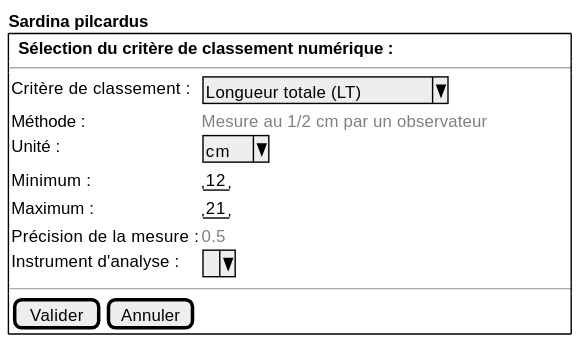
Earlier version of the PlantUML export projects/common/spe/images/numerical-classification.svg (sumaris-net/sumaris-doc).
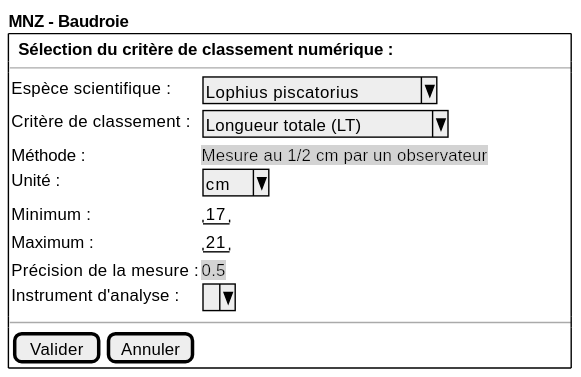
The same file after the commit.

What changed in the source:
```diff
@@ -1,23 +1,24 @@
 @startsalt
 {
-    **Sardina pilcardus**
+    **MNZ - Baudroie**
 
   {+
     { | . |  <b>Sélection du critère de classement numérique :  | . | . | . | . | . | . | . | . | . |. |. |. |. |. |. |. |. |. |. |. |. |. |. |. |. }
     --
 {
+      Espèce scientifique :    | { ^Lophius piscatorius^ }
 
       Critère de classement :    | { ^Longueur totale (LT)^ }
 
-      Méthode :    | <font color=grey size=12>Mesure au 1/2 cm par un observateur
+      Méthode :    | <back:lightgrey><font color=black size=12>Mesure au 1/2 cm par un observateur
 
       Unité :   |  { ^ cm ^ }
 
-      Minimum :   |  "12"
+      Minimum :   |  "17"
 
       Maximum : | "21"
 
-      Précision de la mesure :    |  <font color=grey size=12>0.5
+      Précision de la mesure :    |  <back:lightgrey><font color=black size=12>0.5
 
       Instrument d'analyse : { ^ ^ }
 
```
